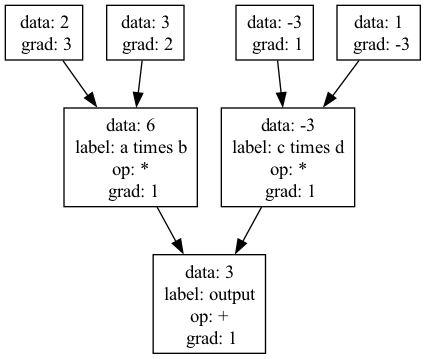
Earlier version of the Graphviz export expression_graph.png (rshah918/Shahgrad). Its source is kept beside it as expression_graph.dot.
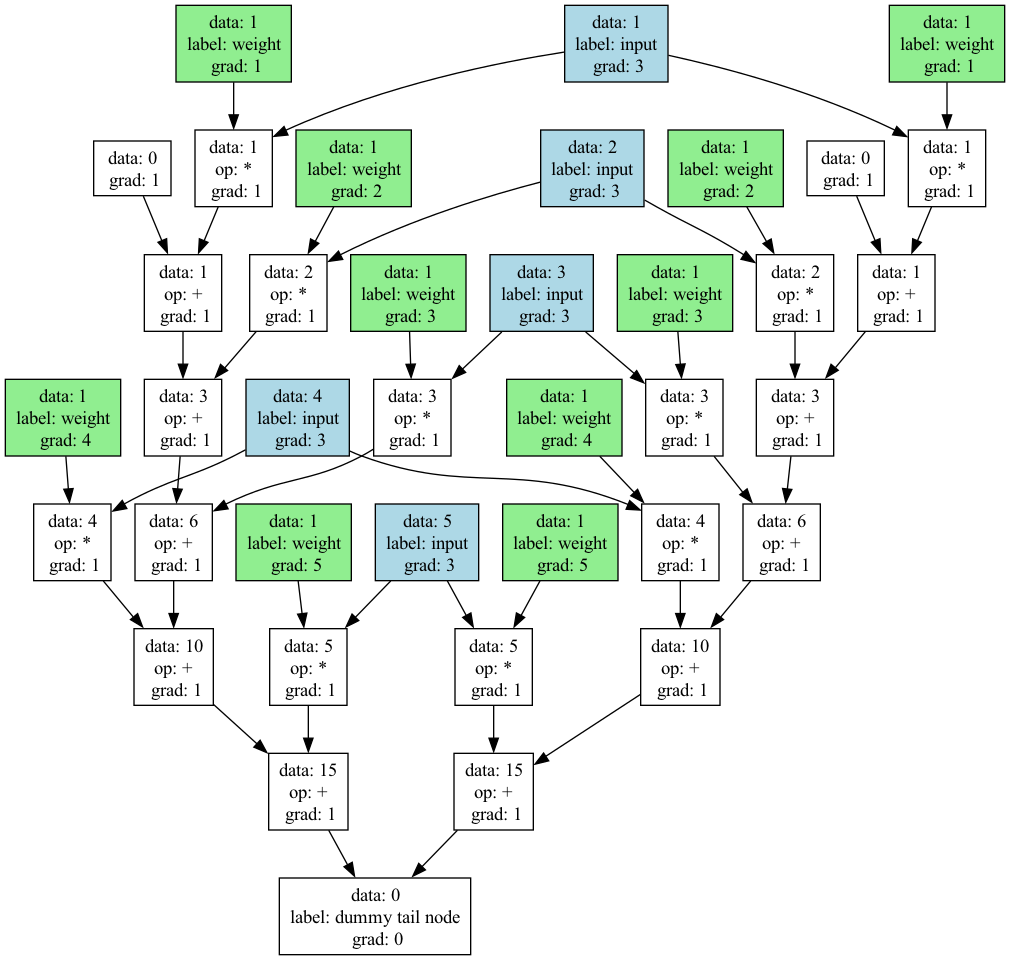
The same diagram one commit later.

Diff of the diagram source:
```diff
@@ -1,22 +1,120 @@
 digraph ExpressionGraph {
-  6132199376 [label="data: 3\nlabel: output\nop: +
+  6092926560 [label="data: 0\nlabel: dummy tail node
+ grad: 0", shape=box, style=filled, fillcolor=none];
+  5762990240 -> 6092926560;
+  5762990976 -> 6092926560;
+  5762990240 [label="data: 15\nop: +
  grad: 1", shape=box, style=filled, fillcolor=none];
-  6132199552 -> 6132199376;
-  6132199464 -> 6132199376;
-  6132199552 [label="data: 6\nlabel: a times b\nop: *
+  5762993360 -> 5762990240;
+  5762993152 -> 5762990240;
+  5762990976 [label="data: 15\nop: +
  grad: 1", shape=box, style=filled, fillcolor=none];
-  6132199920 -> 6132199552;
-  6132199832 -> 6132199552;
-  6132199464 [label="data: -3\nlabel: c times d\nop: *
+  5762995552 -> 5762990976;
+  5762995344 -> 5762990976;
+  5762993360 [label="data: 5\nop: *
  grad: 1", shape=box, style=filled, fillcolor=none];
-  6132199728 -> 6132199464;
-  6132199640 -> 6132199464;
-  6132199920 [label="data: 2
- grad: 3", shape=box, style=filled, fillcolor=none];
-  6132199832 [label="data: 3
- grad: 2", shape=box, style=filled, fillcolor=none];
-  6132199728 [label="data: -3
+  5745165536 -> 5762993360;
+  5762990784 -> 5762993360;
+  5762993152 [label="data: 10\nop: +
  grad: 1", shape=box, style=filled, fillcolor=none];
-  6132199640 [label="data: 1
- grad: -3", shape=box, style=filled, fillcolor=none];
+  5762992944 -> 5762993152;
+  5762992736 -> 5762993152;
+  5762995552 [label="data: 5\nop: *
+ grad: 1", shape=box, style=filled, fillcolor=none];
+  5745165536 -> 5762995552;
+  5762991488 -> 5762995552;
+  5762995344 [label="data: 10\nop: +
+ grad: 1", shape=box, style=filled, fillcolor=none];
+  5762995136 -> 5762995344;
+  5762994928 -> 5762995344;
+  5745165536 [label="data: 5\nlabel: input
+ grad: 3", shape=box, style=filled, fillcolor=lightblue];
+  5762990784 [label="data: 1\nlabel: weight
+ grad: 5", shape=box, style=filled, fillcolor=lightgreen];
+  5762992944 [label="data: 4\nop: *
+ grad: 1", shape=box, style=filled, fillcolor=none];
+  5745165440 -> 5762992944;
+  5762990688 -> 5762992944;
+  5762992736 [label="data: 6\nop: +
+ grad: 1", shape=box, style=filled, fillcolor=none];
+  5762992528 -> 5762992736;
+  5762992320 -> 5762992736;
+  5762991488 [label="data: 1\nlabel: weight
+ grad: 5", shape=box, style=filled, fillcolor=lightgreen];
+  5762995136 [label="data: 4\nop: *
+ grad: 1", shape=box, style=filled, fillcolor=none];
+  5745165440 -> 5762995136;
+  5762991392 -> 5762995136;
+  5762994928 [label="data: 6\nop: +
+ grad: 1", shape=box, style=filled, fillcolor=none];
+  5762994720 -> 5762994928;
+  5762994512 -> 5762994928;
+  5745165440 [label="data: 4\nlabel: input
+ grad: 3", shape=box, style=filled, fillcolor=lightblue];
+  5762990688 [label="data: 1\nlabel: weight
+ grad: 4", shape=box, style=filled, fillcolor=lightgreen];
+  5762992528 [label="data: 3\nop: *
+ grad: 1", shape=box, style=filled, fillcolor=none];
+  5745165344 -> 5762992528;
+  5762990560 -> 5762992528;
+  5762992320 [label="data: 3\nop: +
+ grad: 1", shape=box, style=filled, fillcolor=none];
+  5762992128 -> 5762992320;
+  5762991936 -> 5762992320;
+  5762991392 [label="data: 1\nlabel: weight
+ grad: 4", shape=box, style=filled, fillcolor=lightgreen];
+  5762994720 [label="data: 3\nop: *
+ grad: 1", shape=box, style=filled, fillcolor=none];
+  5745165344 -> 5762994720;
+  5762991296 -> 5762994720;
+  5762994512 [label="data: 3\nop: +
+ grad: 1", shape=box, style=filled, fillcolor=none];
+  5762994304 -> 5762994512;
+  5762994096 -> 5762994512;
+  5745165344 [label="data: 3\nlabel: input
+ grad: 3", shape=box, style=filled, fillcolor=lightblue];
+  5762990560 [label="data: 1\nlabel: weight
+ grad: 3", shape=box, style=filled, fillcolor=lightgreen];
+  5762992128 [label="data: 2\nop: *
+ grad: 1", shape=box, style=filled, fillcolor=none];
+  5745165248 -> 5762992128;
+  5762990448 -> 5762992128;
+  5762991936 [label="data: 1\nop: +
+ grad: 1", shape=box, style=filled, fillcolor=none];
+  5762991744 -> 5762991936;
+  5762991648 -> 5762991936;
+  5762991296 [label="data: 1\nlabel: weight
+ grad: 3", shape=box, style=filled, fillcolor=lightgreen];
+  5762994304 [label="data: 2\nop: *
+ grad: 1", shape=box, style=filled, fillcolor=none];
+  5745165248 -> 5762994304;
+  5762991184 -> 5762994304;
+  5762994096 [label="data: 1\nop: +
+ grad: 1", shape=box, style=filled, fillcolor=none];
+  5762993872 -> 5762994096;
+  5762993776 -> 5762994096;
+  5745165248 [label="data: 2\nlabel: input
+ grad: 3", shape=box, style=filled, fillcolor=lightblue];
+  5762990448 [label="data: 1\nlabel: weight
+ grad: 2", shape=box, style=filled, fillcolor=lightgreen];
+  5762991744 [label="data: 1\nop: *
+ grad: 1", shape=box, style=filled, fillcolor=none];
+  5745165152 -> 5762991744;
+  5762990336 -> 5762991744;
+  5762991648 [label="data: 0
+ grad: 1", shape=box, style=filled, fillcolor=none];
+  5762991184 [label="data: 1\nlabel: weight
+ grad: 2", shape=box, style=filled, fillcolor=lightgreen];
+  5762993872 [label="data: 1\nop: *
+ grad: 1", shape=box, style=filled, fillcolor=none];
+  5745165152 -> 5762993872;
+  5762991072 -> 5762993872;
+  5762993776 [label="data: 0
+ grad: 1", shape=box, style=filled, fillcolor=none];
+  5745165152 [label="data: 1\nlabel: input
+ grad: 3", shape=box, style=filled, fillcolor=lightblue];
+  5762990336 [label="data: 1\nlabel: weight
+ grad: 1", shape=box, style=filled, fillcolor=lightgreen];
+  5762991072 [label="data: 1\nlabel: weight
+ grad: 1", shape=box, style=filled, fillcolor=lightgreen];
 }
```
